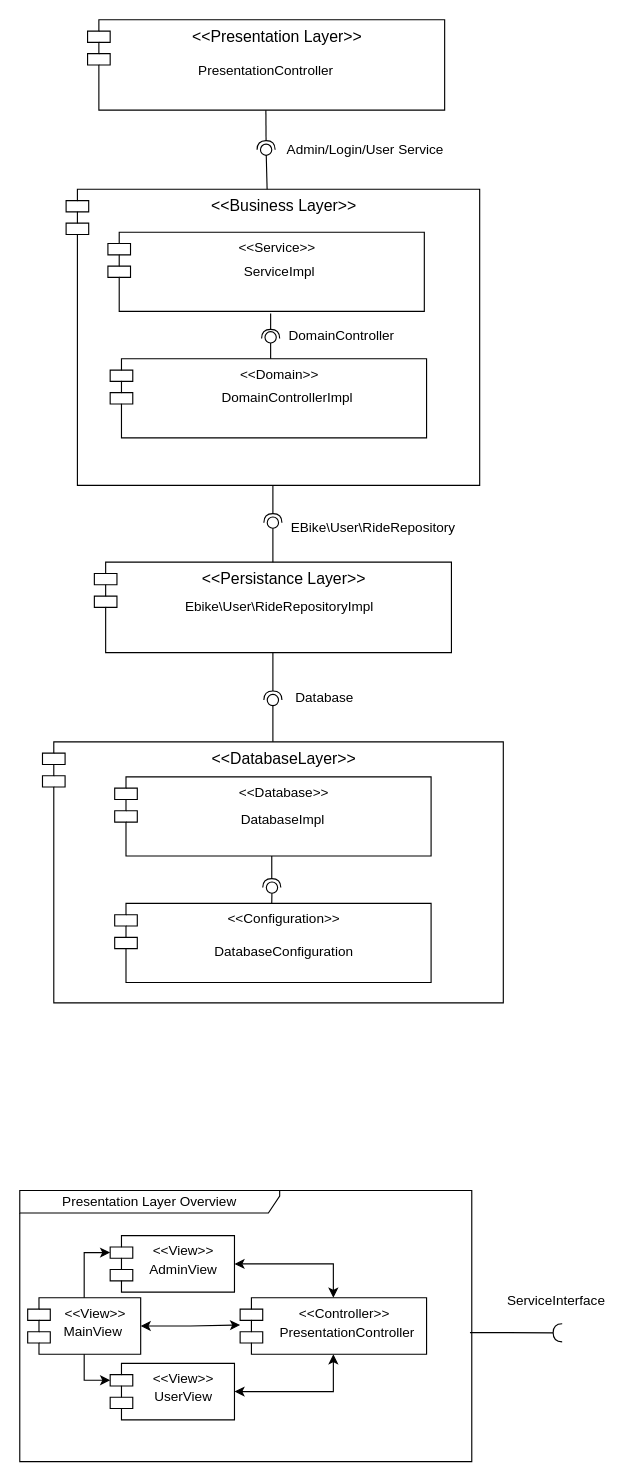
stormtroober/Assignment-01-SAP keeps this draw.io diagram as page "Pagina-1" (1 of 3) of app/src/asciidoc/draw_io/C&Cviews_layered.drawio. Above is the earlier version. Source tidied: cells renumbered, new cells numbered last; positions are measured from the earlier drawing's top-left corner, leaving out a move shared by most shapes. Both pictures are drawn from the tidied source at 113%, with x=0, y=0 at pixel (19, 19).
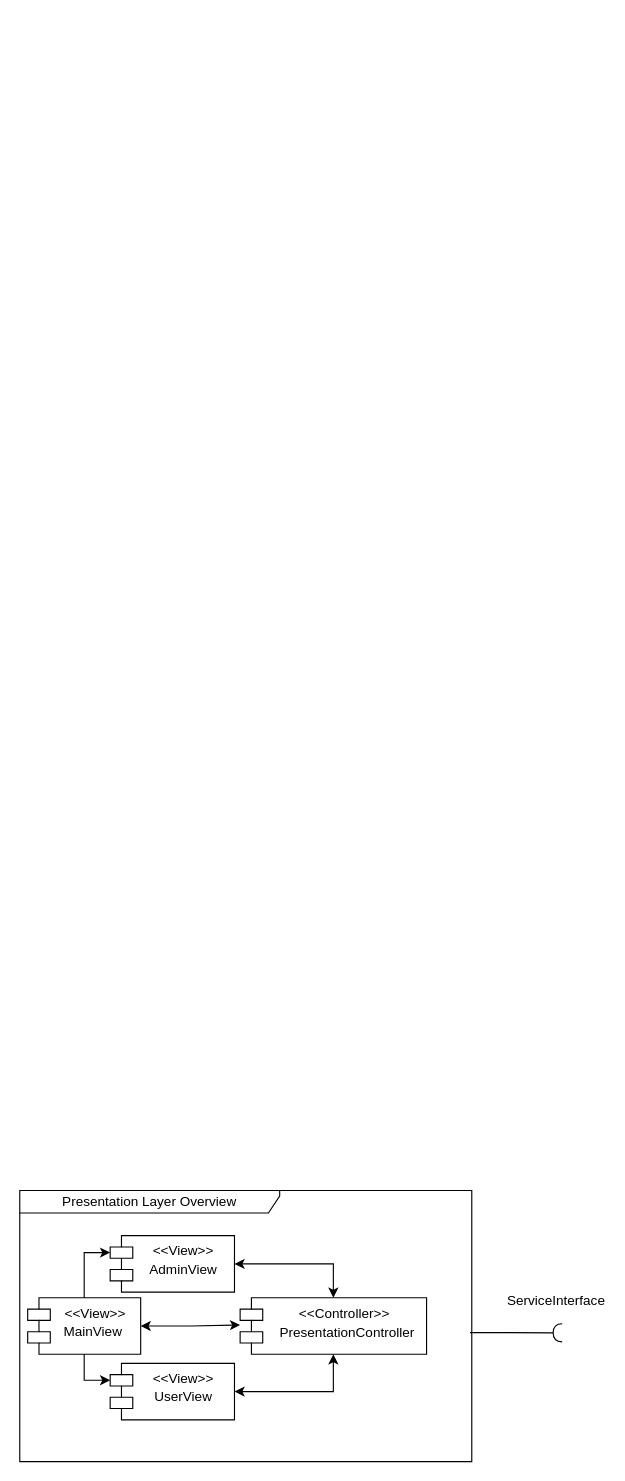
The same diagram, later.

The edit, as a diff of the source:
```diff
@@
-    <mxCell id="2" value="&lt;font style=&quot;font-size: 14px;&quot;&gt;&amp;lt;&amp;lt;Presentation Layer&amp;gt;&amp;gt;&lt;/font&gt;" style="shape=module;align=left;spacingLeft=20;align=center;verticalAlign=top;whiteSpace=wrap;html=1;" parent="1" vertex="1">
-      <mxGeometry x="60" width="316" height="80" as="geometry" />
-    </mxCell>
-    <mxCell id="3" value="&lt;font style=&quot;font-size: 14px;&quot;&gt;&amp;lt;&amp;lt;Business Layer&amp;gt;&amp;gt;&lt;/font&gt;" style="shape=module;align=left;spacingLeft=20;align=center;verticalAlign=top;whiteSpace=wrap;html=1;" parent="1" vertex="1">
-      <mxGeometry x="41" y="150" width="366" height="262" as="geometry" />
-    </mxCell>
-    <mxCell id="4" style="ellipse;whiteSpace=wrap;html=1;align=center;fillColor=none;strokeColor=none;perimeter=centerPerimeter;" parent="1" vertex="1">
-      <mxGeometry x="25" y="140" width="10" height="10" as="geometry" />
-    </mxCell>
-    <mxCell id="5" style="rounded=0;orthogonalLoop=1;jettySize=auto;html=1;endArrow=halfCircle;endFill=0;endSize=6;strokeWidth=1;sketch=0;exitX=0.5;exitY=1;exitDx=0;exitDy=0;" parent="1" edge="1">
-      <mxGeometry relative="1" as="geometry">
-        <mxPoint x="217.8" y="80" as="sourcePoint" />
-        <mxPoint x="218" y="115" as="targetPoint" />
-      </mxGeometry>
-    </mxCell>
-    <mxCell id="6" style="rounded=0;jettySize=auto;html=1;endArrow=oval;endFill=0;sketch=0;sourcePerimeterSpacing=0;targetPerimeterSpacing=0;endSize=10;exitX=0.486;exitY=0;exitDx=0;exitDy=0;exitPerimeter=0;" parent="1" edge="1" source="3">
-      <mxGeometry relative="1" as="geometry">
-        <mxPoint x="218" y="115" as="targetPoint" />
-      </mxGeometry>
-    </mxCell>
-    <mxCell id="7" style="ellipse;whiteSpace=wrap;html=1;align=center;fillColor=none;strokeColor=none;perimeter=centerPerimeter;" parent="1" vertex="1">
-      <mxGeometry x="265" y="120" width="10" height="10" as="geometry" />
-    </mxCell>
-    <mxCell id="8" value="&lt;font style=&quot;font-size: 14px;&quot;&gt;&amp;lt;&amp;lt;Persistance Layer&amp;gt;&amp;gt;&lt;/font&gt;" style="shape=module;align=left;spacingLeft=20;align=center;verticalAlign=top;whiteSpace=wrap;html=1;" parent="1" vertex="1">
-      <mxGeometry x="66" y="480" width="316" height="80" as="geometry" />
-    </mxCell>
-    <mxCell id="9" value="&lt;font style=&quot;font-size: 14px;&quot;&gt;&amp;lt;&amp;lt;DatabaseLayer&amp;gt;&amp;gt;&lt;/font&gt;" style="shape=module;align=left;spacingLeft=20;align=center;verticalAlign=top;whiteSpace=wrap;html=1;" parent="1" vertex="1">
-      <mxGeometry x="20.1" y="639" width="407.8" height="231" as="geometry" />
-    </mxCell>
-    <mxCell id="10" style="rounded=0;jettySize=auto;html=1;endArrow=halfCircle;endFill=0;endSize=6;strokeWidth=1;sketch=0;exitX=0.5;exitY=1;exitDx=0;exitDy=0;" parent="1" edge="1" source="8">
-      <mxGeometry relative="1" as="geometry">
-        <mxPoint x="224" y="602" as="targetPoint" />
-      </mxGeometry>
-    </mxCell>
-    <mxCell id="11" style="rounded=0;jettySize=auto;html=1;endArrow=oval;endFill=0;sketch=0;sourcePerimeterSpacing=0;targetPerimeterSpacing=0;endSize=10;exitX=0.5;exitY=0;exitDx=0;exitDy=0;" parent="1" edge="1" source="9">
-      <mxGeometry relative="1" as="geometry">
-        <mxPoint x="224" y="602" as="targetPoint" />
-      </mxGeometry>
-    </mxCell>
-    <mxCell id="12" style="ellipse;whiteSpace=wrap;html=1;align=center;fillColor=none;strokeColor=none;perimeter=centerPerimeter;" parent="1" vertex="1">
-      <mxGeometry x="265" y="490" width="10" height="10" as="geometry" />
-    </mxCell>
-    <mxCell id="13" style="ellipse;whiteSpace=wrap;html=1;align=center;fillColor=none;strokeColor=none;perimeter=centerPerimeter;" parent="1" vertex="1">
-      <mxGeometry x="115" y="270" width="10" height="10" as="geometry" />
-    </mxCell>
-    <mxCell id="14" style="rounded=0;jettySize=auto;html=1;endArrow=oval;endFill=0;sketch=0;sourcePerimeterSpacing=0;targetPerimeterSpacing=0;endSize=10;exitX=0.5;exitY=0;exitDx=0;exitDy=0;" parent="1" edge="1" source="8">
-      <mxGeometry relative="1" as="geometry">
-        <mxPoint x="224" y="445" as="targetPoint" />
-      </mxGeometry>
-    </mxCell>
-    <mxCell id="15" value="&amp;lt;&amp;lt;Service&amp;gt;&amp;gt;" style="shape=module;align=left;spacingLeft=20;align=center;verticalAlign=top;whiteSpace=wrap;html=1;" parent="1" vertex="1">
-      <mxGeometry x="78" y="188" width="280" height="70" as="geometry" />
-    </mxCell>
-    <mxCell id="16" value="&amp;lt;&amp;lt;Domain&amp;gt;&amp;gt;" style="shape=module;align=left;spacingLeft=20;align=center;verticalAlign=top;whiteSpace=wrap;html=1;" parent="1" vertex="1">
-      <mxGeometry x="80" y="300" width="280" height="70" as="geometry" />
-    </mxCell>
-    <mxCell id="17" value="Admin/Login/User Service" style="text;html=1;align=center;verticalAlign=middle;whiteSpace=wrap;rounded=0;" parent="1" vertex="1">
-      <mxGeometry x="201" y="100" width="210" height="30" as="geometry" />
-    </mxCell>
-    <mxCell id="18" value="PresentationController" style="text;html=1;align=center;verticalAlign=middle;whiteSpace=wrap;rounded=0;" parent="1" vertex="1">
-      <mxGeometry x="152" y="30" width="132" height="30" as="geometry" />
-    </mxCell>
-    <mxCell id="19" value="DomainController" style="text;html=1;align=center;verticalAlign=middle;whiteSpace=wrap;rounded=0;" parent="1" vertex="1">
-      <mxGeometry x="235" y="270" width="100" height="20" as="geometry" />
-    </mxCell>
-    <mxCell id="20" value="ServiceImpl" style="text;html=1;align=center;verticalAlign=middle;whiteSpace=wrap;rounded=0;" parent="1" vertex="1">
-      <mxGeometry x="185" y="208" width="90" height="30" as="geometry" />
-    </mxCell>
-    <mxCell id="21" value="DomainControllerImpl" style="text;html=1;align=center;verticalAlign=middle;whiteSpace=wrap;rounded=0;" parent="1" vertex="1">
-      <mxGeometry x="177" y="320" width="120" height="30" as="geometry" />
-    </mxCell>
-    <mxCell id="22" value="EBike\User\RideRepository" style="text;html=1;align=center;verticalAlign=middle;whiteSpace=wrap;rounded=0;" parent="1" vertex="1">
-      <mxGeometry x="235" y="435" width="156" height="30" as="geometry" />
-    </mxCell>
-    <mxCell id="23" value="Ebike\User\RideRepositoryImpl" style="text;html=1;align=center;verticalAlign=middle;whiteSpace=wrap;rounded=0;" parent="1" vertex="1">
-      <mxGeometry x="144" y="505" width="172" height="30" as="geometry" />
-    </mxCell>
-    <mxCell id="24" value="Database" style="text;html=1;align=center;verticalAlign=middle;whiteSpace=wrap;rounded=0;" parent="1" vertex="1">
-      <mxGeometry x="240" y="585" width="60" height="30" as="geometry" />
-    </mxCell>
@@
-    <mxCell id="35" style="rounded=0;orthogonalLoop=1;jettySize=auto;html=1;endArrow=halfCircle;endFill=0;endSize=6;strokeWidth=1;sketch=0;exitX=0.5;exitY=1;exitDx=0;exitDy=0;" parent="1" edge="1">
-      <mxGeometry relative="1" as="geometry">
-        <mxPoint x="222" y="260" as="sourcePoint" />
-        <mxPoint x="222" y="282" as="targetPoint" />
-      </mxGeometry>
-    </mxCell>
-    <mxCell id="36" style="rounded=0;orthogonalLoop=1;jettySize=auto;html=1;endArrow=oval;endFill=0;sketch=0;sourcePerimeterSpacing=0;targetPerimeterSpacing=0;endSize=10;exitX=0.5;exitY=0;exitDx=0;exitDy=0;" parent="1" edge="1">
-      <mxGeometry relative="1" as="geometry">
-        <mxPoint x="222" y="300" as="sourcePoint" />
-        <mxPoint x="222" y="281" as="targetPoint" />
-      </mxGeometry>
-    </mxCell>
-    <mxCell id="37" value="&lt;font style=&quot;font-size: 12px;&quot;&gt;&amp;lt;&amp;lt;Configuration&amp;gt;&amp;gt;&lt;/font&gt;&lt;div style=&quot;&quot;&gt;&lt;font style=&quot;font-size: 12px;&quot;&gt;&lt;br&gt;&lt;/font&gt;&lt;/div&gt;&lt;div style=&quot;&quot;&gt;&lt;font style=&quot;font-size: 12px;&quot;&gt;DatabaseConfiguration&lt;/font&gt;&lt;/div&gt;" style="shape=module;align=left;spacingLeft=20;align=center;verticalAlign=top;whiteSpace=wrap;html=1;" parent="1" vertex="1">
-      <mxGeometry x="84" y="782" width="280" height="70" as="geometry" />
-    </mxCell>
-    <mxCell id="38" style="rounded=0;jettySize=auto;html=1;endArrow=halfCircle;endFill=0;endSize=6;strokeWidth=1;sketch=0;exitX=0.5;exitY=1;exitDx=0;exitDy=0;" parent="1" edge="1" source="3">
-      <mxGeometry relative="1" as="geometry">
-        <mxPoint x="224" y="445" as="targetPoint" />
-      </mxGeometry>
-    </mxCell>
-    <mxCell id="39" style="rounded=0;orthogonalLoop=1;jettySize=auto;html=1;endArrow=oval;endFill=0;sketch=0;sourcePerimeterSpacing=0;targetPerimeterSpacing=0;endSize=10;exitX=0.5;exitY=0;exitDx=0;exitDy=0;" parent="1" edge="1">
-      <mxGeometry relative="1" as="geometry">
-        <mxPoint x="223" y="782" as="sourcePoint" />
-        <mxPoint x="223.2" y="768" as="targetPoint" />
-      </mxGeometry>
-    </mxCell>
-    <mxCell id="40" value="&amp;lt;&amp;lt;Database&amp;gt;&amp;gt;" style="shape=module;align=left;spacingLeft=20;align=center;verticalAlign=top;whiteSpace=wrap;html=1;" parent="1" vertex="1">
-      <mxGeometry x="84" y="670" width="280" height="70" as="geometry" />
-    </mxCell>
-    <mxCell id="41" style="rounded=0;orthogonalLoop=1;jettySize=auto;html=1;endArrow=halfCircle;endFill=0;endSize=6;strokeWidth=1;sketch=0;" parent="1" edge="1">
-      <mxGeometry relative="1" as="geometry">
-        <mxPoint x="223" y="740" as="sourcePoint" />
-        <mxPoint x="223" y="768" as="targetPoint" />
-      </mxGeometry>
-    </mxCell>
-    <mxCell id="42" value="DatabaseImpl" style="text;html=1;align=center;verticalAlign=middle;whiteSpace=wrap;rounded=0;" parent="1" vertex="1">
-      <mxGeometry x="203" y="693" width="60" height="30" as="geometry" />
-    </mxCell>
```
